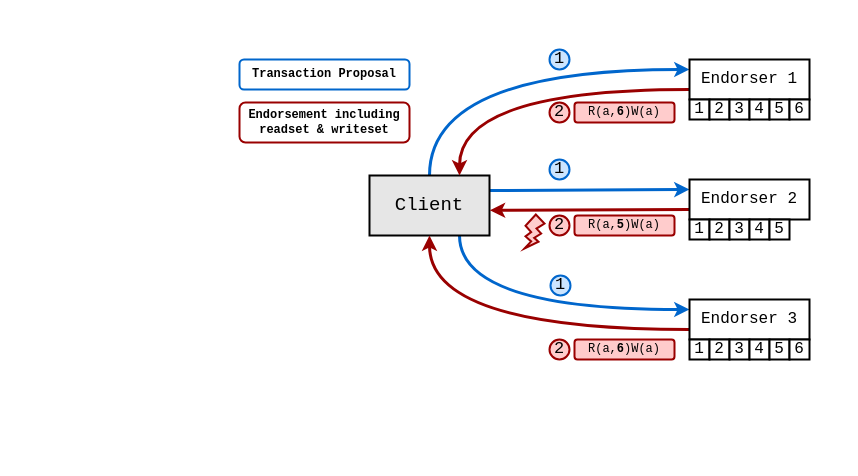
Above: diagrams/EndorsementPolicyFailure.drawio in David-Sat/blockbench-setup (draw.io), before the change. Source tidied: cells renumbered, new cells numbered last; positions are measured from the earlier drawing's top-left corner, leaving out a move shared by most shapes. Both pictures are drawn from the tidied source at 100%, with x=0, y=0 at pixel (239, 49).
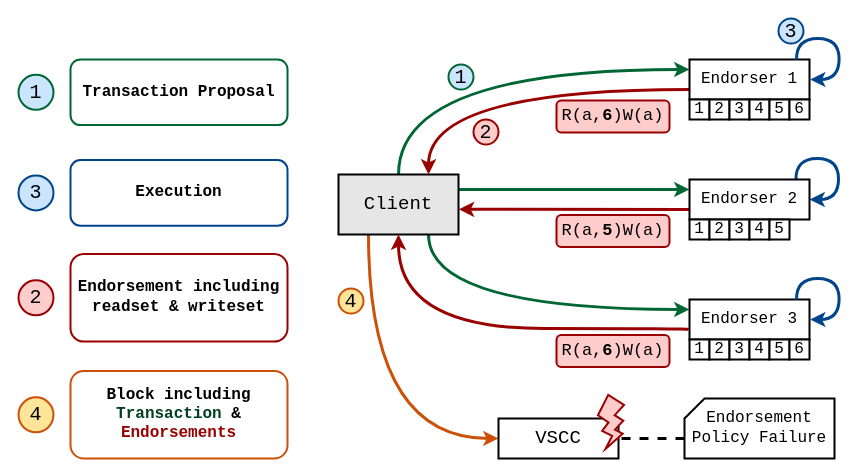
The same page after the edit.

The change refers to these unchanged cells:
```xml
<mxCell id="7" value="Endorser 1" style="rounded=0;whiteSpace=wrap;html=1;fontFamily=Courier New;fontSize=16;strokeWidth=2;" parent="1" vertex="1">
  <mxGeometry x="450" y="10" width="120" height="40" as="geometry" />
</mxCell>
<mxCell id="9" value="Endorser 2" style="rounded=0;whiteSpace=wrap;html=1;fontFamily=Courier New;fontSize=16;strokeWidth=2;" parent="1" vertex="1">
  <mxGeometry x="450" y="130" width="120" height="40" as="geometry" />
</mxCell>
<mxCell id="11" value="Endorser 3" style="rounded=0;whiteSpace=wrap;html=1;fontFamily=Courier New;fontSize=16;strokeWidth=2;" parent="1" vertex="1">
  <mxGeometry x="450" y="250" width="120" height="40" as="geometry" />
</mxCell>
```

Change to the diagram source:
```diff
@@
+    <mxCell id="42" style="edgeStyle=orthogonalEdgeStyle;curved=1;rounded=0;orthogonalLoop=1;jettySize=auto;html=1;exitX=0.887;exitY=-0.003;exitDx=0;exitDy=0;entryX=1;entryY=0.5;entryDx=0;entryDy=0;strokeWidth=3;fontFamily=Courier New;fontSize=16;strokeColor=#00458A;exitPerimeter=0;" parent="1" edge="1" source="9" target="9">
+      <mxGeometry relative="1" as="geometry">
+        <Array as="points">
+          <mxPoint x="556" y="109" />
+          <mxPoint x="599" y="109" />
+          <mxPoint x="599" y="150" />
+        </Array>
+      </mxGeometry>
+    </mxCell>
-    <mxCell id="2" style="rounded=0;jettySize=auto;html=1;exitX=0.5;exitY=0;exitDx=0;exitDy=0;entryX=0;entryY=0.25;entryDx=0;entryDy=0;fontFamily=Courier New;fontSize=16;edgeStyle=orthogonalEdgeStyle;curved=1;fillColor=#dae8fc;strokeColor=#0066CC;strokeWidth=3;" parent="1" edge="1" source="5" target="7">
+    <mxCell id="2" style="rounded=0;jettySize=auto;html=1;exitX=0.5;exitY=0;exitDx=0;exitDy=0;entryX=0;entryY=0.25;entryDx=0;entryDy=0;fontFamily=Courier New;fontSize=16;edgeStyle=orthogonalEdgeStyle;curved=1;fillColor=#dae8fc;strokeWidth=3;strokeColor=#006633;" parent="1" edge="1" source="5" target="7">
       <mxGeometry relative="1" as="geometry" />
     </mxCell>
-    <mxCell id="3" style="rounded=0;jettySize=auto;html=1;exitX=1;exitY=0.25;exitDx=0;exitDy=0;entryX=0;entryY=0.25;entryDx=0;entryDy=0;fontFamily=Courier New;fontSize=16;fillColor=#dae8fc;strokeColor=#0066CC;strokeWidth=3;" parent="1" edge="1" source="5" target="9">
+    <mxCell id="3" style="rounded=0;jettySize=auto;html=1;exitX=1;exitY=0.25;exitDx=0;exitDy=0;entryX=0;entryY=0.25;entryDx=0;entryDy=0;fontFamily=Courier New;fontSize=16;fillColor=#dae8fc;strokeWidth=3;strokeColor=#006633;" parent="1" edge="1" source="5" target="9">
       <mxGeometry relative="1" as="geometry" />
     </mxCell>
-    <mxCell id="4" style="edgeStyle=orthogonalEdgeStyle;rounded=0;jettySize=auto;html=1;exitX=0.75;exitY=1;exitDx=0;exitDy=0;entryX=0;entryY=0.25;entryDx=0;entryDy=0;fontFamily=Courier New;fontSize=16;curved=1;fillColor=#dae8fc;strokeColor=#0066CC;strokeWidth=3;" parent="1" edge="1" source="5" target="11">
+    <mxCell id="4" style="edgeStyle=orthogonalEdgeStyle;rounded=0;jettySize=auto;html=1;exitX=0.75;exitY=1;exitDx=0;exitDy=0;entryX=0;entryY=0.25;entryDx=0;entryDy=0;fontFamily=Courier New;fontSize=16;curved=1;fillColor=#dae8fc;strokeWidth=3;strokeColor=#006633;" parent="1" edge="1" source="5" target="11">
       <mxGeometry relative="1" as="geometry" />
     </mxCell>
+    <mxCell id="43" style="edgeStyle=orthogonalEdgeStyle;rounded=0;jettySize=auto;html=1;exitX=0.25;exitY=1;exitDx=0;exitDy=0;fontFamily=Courier New;fontSize=15;strokeWidth=3;strokeColor=#CC5008;entryX=0;entryY=0.5;entryDx=0;entryDy=0;curved=1;" parent="1" edge="1" source="5" target="53">
+      <mxGeometry relative="1" as="geometry" />
+    </mxCell>
     <mxCell id="5" value="Client" style="rounded=0;whiteSpace=wrap;html=1;fontFamily=Courier New;fontSize=19;strokeWidth=2;fillColor=#E6E6E6;" parent="1" vertex="1">
-      <mxGeometry x="130" y="126" width="120" height="60" as="geometry" />
+      <mxGeometry x="99" y="125" width="120" height="60" as="geometry" />
     </mxCell>
@@
     <mxCell id="10" style="edgeStyle=orthogonalEdgeStyle;curved=1;rounded=0;jettySize=auto;html=1;exitX=0;exitY=0.75;exitDx=0;exitDy=0;entryX=0.5;entryY=1;entryDx=0;entryDy=0;strokeWidth=3;fontFamily=Courier New;fontSize=16;strokeColor=#990000;" parent="1" edge="1" source="11" target="5">
       <mxGeometry relative="1" as="geometry">
         <Array as="points">
-          <mxPoint x="190" y="280" />
+          <mxPoint x="450" y="279" />
+          <mxPoint x="159" y="279" />
         </Array>
       </mxGeometry>
     </mxCell>
@@
-    <mxCell id="24" value="&lt;b&gt;&lt;font style=&quot;font-size: 12px&quot;&gt;Transaction Proposal&lt;/font&gt;&lt;/b&gt;" style="rounded=1;whiteSpace=wrap;html=1;strokeWidth=2;fillColor=none;fontFamily=Courier New;fontSize=12;strokeColor=#0066CC;" parent="1" vertex="1">
-      <mxGeometry y="10" width="170" height="30" as="geometry" />
-    </mxCell>
-    <mxCell id="25" value="&lt;b&gt;&lt;font style=&quot;font-size: 12px&quot;&gt;Endorsement including readset &amp;amp; writeset&lt;br&gt;&lt;/font&gt;&lt;/b&gt;" style="rounded=1;whiteSpace=wrap;html=1;strokeWidth=2;fillColor=none;fontFamily=Courier New;fontSize=12;strokeColor=#990000;" parent="1" vertex="1">
-      <mxGeometry y="53" width="170" height="40" as="geometry" />
-    </mxCell>
-    <mxCell id="26" value="R(a,&lt;b&gt;6&lt;/b&gt;)W(a)" style="rounded=1;whiteSpace=wrap;html=1;strokeColor=#990000;strokeWidth=2;fontFamily=Courier New;fontSize=12;fillColor=#FFCCCC;" parent="1" vertex="1">
-      <mxGeometry x="335" y="290" width="100" height="20" as="geometry" />
+    <mxCell id="26" value="R(a,&lt;b style=&quot;font-size: 17px;&quot;&gt;6&lt;/b&gt;)W(a)" style="rounded=1;whiteSpace=wrap;html=1;strokeColor=#990000;strokeWidth=2;fontFamily=Courier New;fontSize=17;fillColor=#FFCCCC;" parent="1" vertex="1">
+      <mxGeometry x="317" y="285.5" width="113" height="32" as="geometry" />
     </mxCell>
-    <mxCell id="27" value="R(a,&lt;b&gt;5&lt;/b&gt;)W(a)" style="rounded=1;whiteSpace=wrap;html=1;strokeColor=#990000;strokeWidth=2;fontFamily=Courier New;fontSize=12;fillColor=#FFCCCC;" parent="1" vertex="1">
-      <mxGeometry x="335" y="166" width="100" height="20" as="geometry" />
+    <mxCell id="27" value="R(a,&lt;b style=&quot;font-size: 17px;&quot;&gt;5&lt;/b&gt;)W(a)" style="rounded=1;whiteSpace=wrap;html=1;strokeColor=#990000;strokeWidth=2;fontFamily=Courier New;fontSize=17;fillColor=#FFCCCC;" parent="1" vertex="1">
+      <mxGeometry x="317" y="165.5" width="113" height="32" as="geometry" />
     </mxCell>
-    <mxCell id="28" value="R(a,&lt;b&gt;6&lt;/b&gt;)W(a)" style="rounded=1;whiteSpace=wrap;html=1;strokeColor=#990000;strokeWidth=2;fontFamily=Courier New;fontSize=12;fillColor=#FFCCCC;" parent="1" vertex="1">
-      <mxGeometry x="335" y="53" width="100" height="20" as="geometry" />
+    <mxCell id="28" value="R(a,&lt;b style=&quot;font-size: 17px;&quot;&gt;6&lt;/b&gt;)W(a)" style="rounded=1;whiteSpace=wrap;html=1;strokeColor=#990000;strokeWidth=2;fontFamily=Courier New;fontSize=17;fillColor=#FFCCCC;" parent="1" vertex="1">
+      <mxGeometry x="317" y="51" width="113" height="32" as="geometry" />
     </mxCell>
@@
+    <mxCell id="44" value="Endorsement Policy Failure" style="shape=card;whiteSpace=wrap;html=1;strokeWidth=2;fillColor=none;fontFamily=Courier New;fontSize=16;size=20;" parent="1" vertex="1">
+      <mxGeometry x="445" y="349" width="150" height="60" as="geometry" />
+    </mxCell>
+    <mxCell id="45" style="edgeStyle=orthogonalEdgeStyle;curved=1;rounded=0;orthogonalLoop=1;jettySize=auto;html=1;exitX=0.887;exitY=-0.003;exitDx=0;exitDy=0;entryX=1;entryY=0.5;entryDx=0;entryDy=0;strokeWidth=3;fontFamily=Courier New;fontSize=16;strokeColor=#00458A;exitPerimeter=0;" parent="1" edge="1">
+      <mxGeometry relative="1" as="geometry">
+        <mxPoint x="557" y="249.9" as="sourcePoint" />
+        <mxPoint x="570.6" y="270" as="targetPoint" />
+        <Array as="points">
+          <mxPoint x="556.6" y="229" />
+          <mxPoint x="599.6" y="229" />
+          <mxPoint x="599.6" y="270" />
+        </Array>
+      </mxGeometry>
+    </mxCell>
+    <mxCell id="46" style="edgeStyle=orthogonalEdgeStyle;curved=1;rounded=0;orthogonalLoop=1;jettySize=auto;html=1;exitX=0.887;exitY=-0.003;exitDx=0;exitDy=0;entryX=1;entryY=0.5;entryDx=0;entryDy=0;strokeWidth=3;fontFamily=Courier New;fontSize=16;strokeColor=#00458A;exitPerimeter=0;" parent="1" edge="1">
+      <mxGeometry relative="1" as="geometry">
+        <mxPoint x="557" y="9.9" as="sourcePoint" />
+        <mxPoint x="570.6" y="30" as="targetPoint" />
+        <Array as="points">
+          <mxPoint x="556.6" y="-11" />
+          <mxPoint x="599.6" y="-11" />
+          <mxPoint x="599.6" y="30" />
+        </Array>
+      </mxGeometry>
+    </mxCell>
+    <mxCell id="47" style="endArrow=none;dashed=1;html=1;strokeWidth=3;fontFamily=Courier New;fontSize=16;entryX=1;entryY=0.5;entryDx=0;entryDy=0;exitX=0;exitY=0;exitDx=0;exitDy=40;exitPerimeter=0;" parent="1" edge="1" source="44" target="53">
+      <mxGeometry relative="1" as="geometry" />
+    </mxCell>
+    <mxCell id="48" value="1" style="ellipse;whiteSpace=wrap;html=1;strokeWidth=2;fontFamily=Courier New;fontSize=20;fillColor=#CCE5FF;strokeColor=#006633;" parent="1" vertex="1">
+      <mxGeometry x="209" y="15" width="25" height="25" as="geometry" />
+    </mxCell>
+    <mxCell id="49" value="3" style="ellipse;whiteSpace=wrap;html=1;strokeWidth=2;fontFamily=Courier New;fontSize=20;fillColor=#CCE5FF;strokeColor=#00458A;" parent="1" vertex="1">
+      <mxGeometry x="539" y="-31" width="25" height="25" as="geometry" />
+    </mxCell>
+    <mxCell id="50" value="2" style="ellipse;whiteSpace=wrap;html=1;strokeColor=#990000;strokeWidth=2;fontFamily=Courier New;fontSize=20;fillColor=#FFCCCC;" parent="1" vertex="1">
+      <mxGeometry x="234" y="70" width="25" height="25" as="geometry" />
+    </mxCell>
+    <mxCell id="51" value="4" style="ellipse;whiteSpace=wrap;html=1;strokeWidth=2;fontFamily=Courier New;fontSize=20;strokeColor=#CC5008;fillColor=#FFE599;" parent="1" vertex="1">
+      <mxGeometry x="99" y="239" width="25" height="25" as="geometry" />
+    </mxCell>
+    <mxCell id="52" style="group;" parent="1" vertex="1">
+      <mxGeometry x="249" y="349" width="139.2" height="60" as="geometry" />
+    </mxCell>
+    <mxCell id="53" value="VSCC" style="rounded=0;whiteSpace=wrap;html=1;fontFamily=Courier New;fontSize=19;strokeWidth=2;fillColor=none;" parent="52" vertex="1">
+      <mxGeometry x="10" y="20" width="120" height="40" as="geometry" />
+    </mxCell>
-    <mxCell id="35" style="verticalLabelPosition=bottom;verticalAlign=top;html=1;shape=mxgraph.basic.flash;strokeColor=#990000;strokeWidth=2;fillColor=#FFCCCC;fontFamily=Courier New;fontSize=12;rotation=0;" parent="1" vertex="1">
-      <mxGeometry x="285" y="165" width="20" height="34" as="geometry" />
+    <mxCell id="35" style="verticalLabelPosition=bottom;verticalAlign=top;html=1;shape=mxgraph.basic.flash;strokeColor=#990000;strokeWidth=2;fillColor=#FFCCCC;fontFamily=Courier New;fontSize=12;rotation=-15;" parent="52" vertex="1">
+      <mxGeometry x="109.8" y="-4" width="29.4" height="51.5" as="geometry" />
     </mxCell>
-    <mxCell id="36" value="2" style="ellipse;whiteSpace=wrap;html=1;strokeColor=#990000;strokeWidth=2;fontFamily=Courier New;fontSize=17;fillColor=#FFCCCC;" parent="1" vertex="1">
-      <mxGeometry x="310" y="53" width="20" height="20" as="geometry" />
-    </mxCell>
-    <mxCell id="37" value="2" style="ellipse;whiteSpace=wrap;html=1;strokeColor=#990000;strokeWidth=2;fontFamily=Courier New;fontSize=17;fillColor=#FFCCCC;" parent="1" vertex="1">
-      <mxGeometry x="310" y="166" width="20" height="20" as="geometry" />
-    </mxCell>
-    <mxCell id="38" value="2" style="ellipse;whiteSpace=wrap;html=1;strokeColor=#990000;strokeWidth=2;fontFamily=Courier New;fontSize=17;fillColor=#FFCCCC;" parent="1" vertex="1">
-      <mxGeometry x="310" y="290" width="20" height="20" as="geometry" />
-    </mxCell>
-    <mxCell id="39" value="1" style="ellipse;whiteSpace=wrap;html=1;strokeWidth=2;fontFamily=Courier New;fontSize=17;strokeColor=#0066CC;fillColor=#CCE5FF;" parent="1" vertex="1">
-      <mxGeometry x="310" width="20" height="20" as="geometry" />
-    </mxCell>
-    <mxCell id="40" value="1" style="ellipse;whiteSpace=wrap;html=1;strokeWidth=2;fontFamily=Courier New;fontSize=17;strokeColor=#0066CC;fillColor=#CCE5FF;" parent="1" vertex="1">
-      <mxGeometry x="310" y="110" width="20" height="20" as="geometry" />
-    </mxCell>
-    <mxCell id="41" value="1" style="ellipse;whiteSpace=wrap;html=1;strokeWidth=2;fontFamily=Courier New;fontSize=17;strokeColor=#0066CC;fillColor=#CCE5FF;" parent="1" vertex="1">
-      <mxGeometry x="311" y="226" width="20" height="20" as="geometry" />
-    </mxCell>
+    <mxCell id="24" value="&lt;b style=&quot;font-size: 16px;&quot;&gt;&lt;font style=&quot;font-size: 16px;&quot;&gt;Transaction Proposal&lt;/font&gt;&lt;/b&gt;" style="rounded=1;whiteSpace=wrap;html=1;strokeWidth=2;fillColor=none;fontFamily=Courier New;fontSize=16;strokeColor=#006633;" parent="1" vertex="1">
+      <mxGeometry x="-169" y="10" width="217" height="65.6" as="geometry" />
+    </mxCell>
+    <mxCell id="54" value="1" style="ellipse;whiteSpace=wrap;html=1;strokeWidth=2;fontFamily=Courier New;fontSize=20;fillColor=#CCE5FF;strokeColor=#006633;" parent="1" vertex="1">
+      <mxGeometry x="-221" y="25.3" width="35" height="35" as="geometry" />
+    </mxCell>
+    <mxCell id="55" value="&lt;b style=&quot;font-size: 16px;&quot;&gt;&lt;font style=&quot;font-size: 16px;&quot;&gt;Execution &lt;br style=&quot;font-size: 16px;&quot;&gt;&lt;/font&gt;&lt;/b&gt;" style="rounded=1;whiteSpace=wrap;html=1;strokeWidth=2;fillColor=none;fontFamily=Courier New;fontSize=16;strokeColor=#00458A;" parent="1" vertex="1">
+      <mxGeometry x="-169" y="110.6" width="217" height="65.6" as="geometry" />
+    </mxCell>
+    <mxCell id="56" value="3" style="ellipse;whiteSpace=wrap;html=1;strokeWidth=2;fontFamily=Courier New;fontSize=20;fillColor=#CCE5FF;strokeColor=#00458A;" parent="1" vertex="1">
+      <mxGeometry x="-221" y="125.9" width="35" height="35" as="geometry" />
+    </mxCell>
+    <mxCell id="25" value="&lt;b style=&quot;font-size: 16px;&quot;&gt;&lt;font style=&quot;font-size: 16px;&quot;&gt;Endorsement including readset &amp;amp; writeset&lt;br style=&quot;font-size: 16px;&quot;&gt;&lt;/font&gt;&lt;/b&gt;" style="rounded=1;whiteSpace=wrap;html=1;strokeWidth=2;fillColor=none;fontFamily=Courier New;fontSize=16;strokeColor=#990000;" parent="1" vertex="1">
+      <mxGeometry x="-169" y="204.6" width="217" height="87.5" as="geometry" />
+    </mxCell>
+    <mxCell id="57" value="2" style="ellipse;whiteSpace=wrap;html=1;strokeColor=#990000;strokeWidth=2;fontFamily=Courier New;fontSize=20;fillColor=#FFCCCC;" parent="1" vertex="1">
+      <mxGeometry x="-221" y="230.8" width="35" height="35" as="geometry" />
+    </mxCell>
+    <mxCell id="58" value="&lt;b style=&quot;font-size: 16px;&quot;&gt;&lt;font style=&quot;font-size: 16px;&quot;&gt;Block including &lt;font style=&quot;font-size: 16px;&quot; color=&quot;#004020&quot;&gt;Transaction&lt;/font&gt; &amp;amp; &lt;font style=&quot;font-size: 16px;&quot; color=&quot;#990000&quot;&gt;Endorsements&lt;/font&gt;&lt;br style=&quot;font-size: 16px;&quot;&gt;&lt;/font&gt;&lt;/b&gt;" style="rounded=1;whiteSpace=wrap;html=1;strokeWidth=2;fillColor=none;fontFamily=Courier New;fontSize=16;strokeColor=#CC5008;" parent="1" vertex="1">
+      <mxGeometry x="-169" y="321.5" width="217" height="87.5" as="geometry" />
+    </mxCell>
+    <mxCell id="59" value="4" style="ellipse;whiteSpace=wrap;html=1;strokeWidth=2;fontFamily=Courier New;fontSize=20;strokeColor=#CC5008;fillColor=#FFE599;" parent="1" vertex="1">
+      <mxGeometry x="-221" y="347.8" width="35" height="35" as="geometry" />
+    </mxCell>
```
